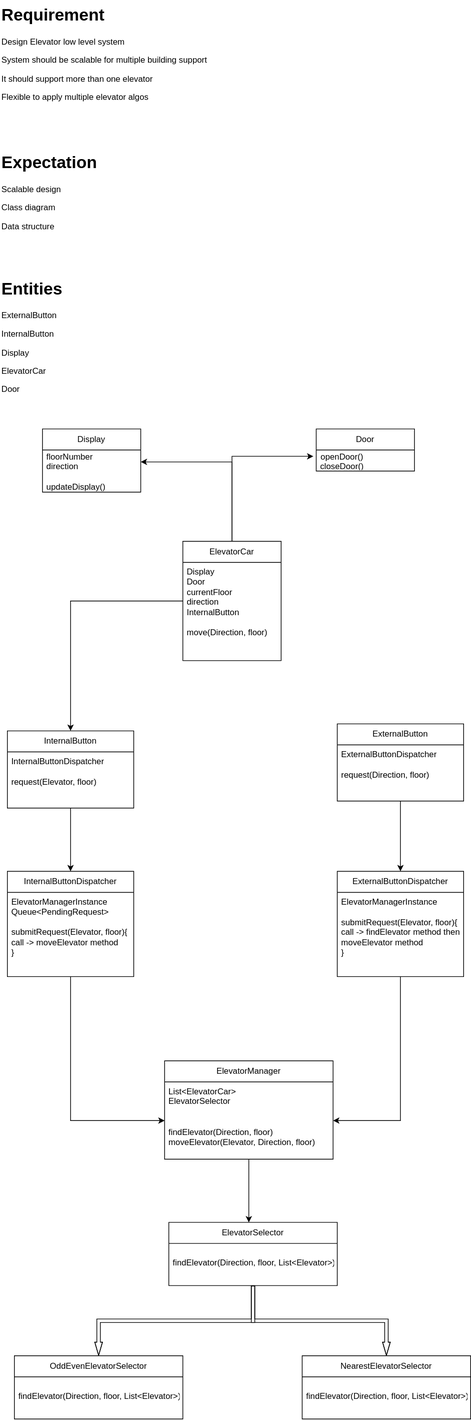
m0v006c/LLD keeps this draw.io diagram as Elevator LLD.drawio.svg. Above is the earlier version. Source tidied: cells renumbered, new cells last; positions are measured from the earlier drawing's top-left corner, leaving out a move shared by most shapes.
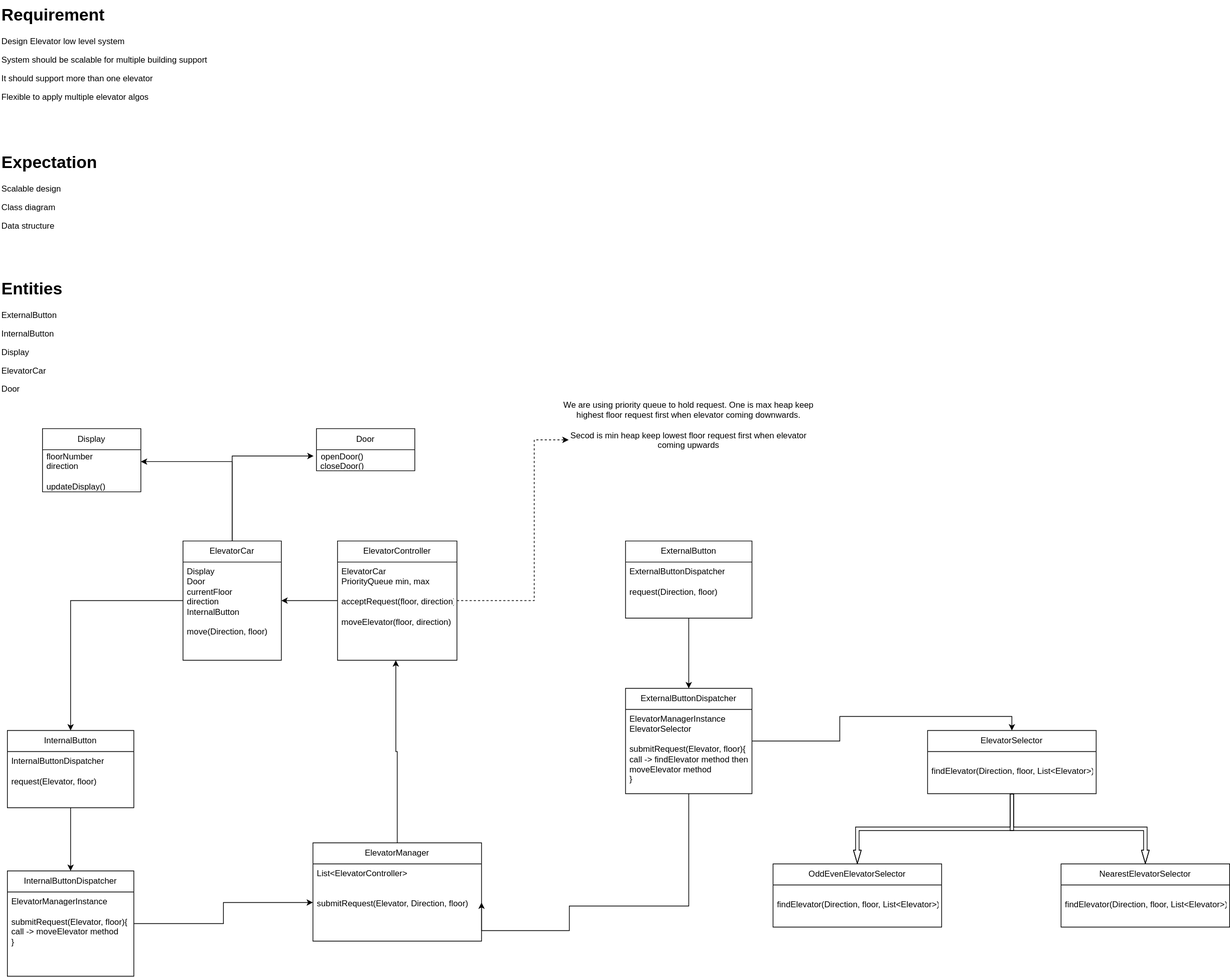
The same diagram one commit later.

Diff of the diagram source:
```diff
@@ -26,6 +26,9 @@
     <mxCell id="9" style="edgeStyle=orthogonalEdgeStyle;rounded=0;jettySize=auto;html=1;" parent="1" edge="1" source="10" target="15">
       <mxGeometry relative="1" as="geometry" />
     </mxCell>
+    <mxCell id="37" style="edgeStyle=orthogonalEdgeStyle;rounded=0;jettySize=auto;html=1;startArrow=classic;startFill=1;endArrow=none;endFill=0;" parent="1" edge="1" source="10" target="39">
+      <mxGeometry relative="1" as="geometry" />
+    </mxCell>
     <mxCell id="10" value="ElevatorCar" style="swimlane;fontStyle=0;horizontal=1;startSize=30;whiteSpace=wrap;html=1;" parent="1" vertex="1">
       <mxGeometry x="260" y="770" width="140" height="170" as="geometry" />
     </mxCell>
@@ -51,41 +54,33 @@
       <mxGeometry relative="1" as="geometry" />
     </mxCell>
     <mxCell id="18" value="ExternalButton" style="swimlane;fontStyle=0;horizontal=1;startSize=30;whiteSpace=wrap;html=1;" parent="1" vertex="1">
-      <mxGeometry x="480" y="1030" width="180" height="110" as="geometry" />
+      <mxGeometry x="890" y="770" width="180" height="110" as="geometry" />
     </mxCell>
     <mxCell id="19" value="&lt;div style=&quot;text-align: justify;&quot;&gt;&lt;span style=&quot;text-wrap: nowrap;&quot;&gt;ExternalButtonDispatcher&lt;/span&gt;&lt;/div&gt;&lt;div style=&quot;text-align: justify;&quot;&gt;&lt;span style=&quot;background-color: initial; text-wrap: nowrap;&quot;&gt;&lt;br&gt;&lt;/span&gt;&lt;/div&gt;&lt;div style=&quot;text-align: justify;&quot;&gt;&lt;span style=&quot;background-color: initial; text-wrap: nowrap;&quot;&gt;request(Direction, floor)&lt;/span&gt;&lt;/div&gt;" style="text;strokeColor=none;fillColor=none;align=left;verticalAlign=top;spacingLeft=4;spacingRight=4;overflow=hidden;whiteSpace=wrap;html=1;horizontal=1;" parent="18" vertex="1">
       <mxGeometry y="30" width="180" height="80" as="geometry" />
     </mxCell>
     <mxCell id="20" value="ElevatorManager" style="swimlane;fontStyle=0;horizontal=1;startSize=30;whiteSpace=wrap;html=1;" parent="1" vertex="1">
-      <mxGeometry x="234" y="1510" width="240" height="140" as="geometry" />
+      <mxGeometry x="445" y="1200" width="240" height="140" as="geometry" />
     </mxCell>
-    <mxCell id="21" value="&lt;div style=&quot;text-align: justify;&quot;&gt;&lt;span style=&quot;text-wrap: nowrap;&quot;&gt;List&amp;lt;ElevatorCar&amp;gt;&lt;/span&gt;&lt;/div&gt;&lt;div style=&quot;text-align: justify;&quot;&gt;&lt;span style=&quot;text-wrap: nowrap;&quot;&gt;ElevatorSelector&lt;/span&gt;&lt;/div&gt;&lt;div style=&quot;text-align: justify;&quot;&gt;&lt;span style=&quot;text-wrap: nowrap;&quot;&gt;&lt;br&gt;&lt;/span&gt;&lt;/div&gt;&lt;div style=&quot;text-align: justify;&quot;&gt;&lt;span style=&quot;background-color: initial; text-wrap: nowrap;&quot;&gt;&lt;br&gt;&lt;/span&gt;&lt;/div&gt;&lt;div style=&quot;text-align: justify;&quot;&gt;&lt;span style=&quot;background-color: initial; text-wrap: nowrap;&quot;&gt;findElevator(Direction, floor)&lt;/span&gt;&lt;/div&gt;&lt;div style=&quot;text-align: justify;&quot;&gt;&lt;span style=&quot;background-color: initial; text-wrap: nowrap;&quot;&gt;moveElevator(Elevator, Direction, floor)&lt;/span&gt;&lt;/div&gt;" style="text;strokeColor=none;fillColor=none;align=left;verticalAlign=top;spacingLeft=4;spacingRight=4;overflow=hidden;points=[[0,0.5],[1,0.5]];portConstraint=eastwest;whiteSpace=wrap;html=1;horizontal=1;" parent="20" vertex="1">
+    <mxCell id="21" value="&lt;div style=&quot;text-align: justify;&quot;&gt;&lt;span style=&quot;text-wrap: nowrap;&quot;&gt;List&amp;lt;ElevatorController&amp;gt;&lt;/span&gt;&lt;/div&gt;&lt;div style=&quot;text-align: justify;&quot;&gt;&lt;span style=&quot;text-wrap: nowrap;&quot;&gt;&lt;br&gt;&lt;/span&gt;&lt;/div&gt;&lt;div style=&quot;text-align: justify;&quot;&gt;&lt;span style=&quot;background-color: initial; text-wrap: nowrap;&quot;&gt;&lt;br&gt;&lt;/span&gt;&lt;/div&gt;&lt;div style=&quot;text-align: justify;&quot;&gt;&lt;span style=&quot;background-color: initial; text-wrap: nowrap;&quot;&gt;submitRequest(Elevator, Direction, floor)&lt;/span&gt;&lt;br&gt;&lt;/div&gt;" style="text;strokeColor=none;fillColor=none;align=left;verticalAlign=top;spacingLeft=4;spacingRight=4;overflow=hidden;points=[[0,0.5],[1,0.5]];portConstraint=eastwest;whiteSpace=wrap;html=1;horizontal=1;" parent="20" vertex="1">
       <mxGeometry y="30" width="240" height="110" as="geometry" />
     </mxCell>
     <mxCell id="22" style="edgeStyle=orthogonalEdgeStyle;rounded=0;jettySize=auto;html=1;entryX=0;entryY=0.5;entryDx=0;entryDy=0;" parent="1" edge="1" source="23" target="21">
-      <mxGeometry relative="1" as="geometry">
-        <Array as="points">
-          <mxPoint x="100" y="1595" />
-        </Array>
-      </mxGeometry>
+      <mxGeometry relative="1" as="geometry" />
     </mxCell>
     <mxCell id="23" value="&lt;span style=&quot;text-align: justify; text-wrap: nowrap;&quot;&gt;InternalButtonDispatcher&lt;/span&gt;" style="swimlane;fontStyle=0;horizontal=1;startSize=30;whiteSpace=wrap;html=1;" parent="1" vertex="1">
       <mxGeometry x="10" y="1240" width="180" height="150" as="geometry" />
     </mxCell>
-    <mxCell id="24" value="&lt;div style=&quot;text-align: justify;&quot;&gt;&lt;span style=&quot;text-align: center;&quot;&gt;ElevatorManagerInstance&lt;/span&gt;&lt;br&gt;&lt;/div&gt;&lt;div style=&quot;text-align: justify;&quot;&gt;&lt;span style=&quot;text-align: center;&quot;&gt;Queue&amp;lt;PendingRequest&amp;gt;&lt;/span&gt;&lt;/div&gt;&lt;div style=&quot;text-align: justify;&quot;&gt;&lt;span style=&quot;background-color: initial; text-wrap: nowrap;&quot;&gt;&lt;br&gt;&lt;/span&gt;&lt;/div&gt;&lt;div style=&quot;text-align: justify;&quot;&gt;&lt;span style=&quot;background-color: initial; text-wrap: nowrap;&quot;&gt;submitRequest(Elevator, floor){&lt;/span&gt;&lt;/div&gt;&lt;div style=&quot;text-align: justify;&quot;&gt;&lt;span style=&quot;text-wrap: nowrap;&quot;&gt;call -&amp;gt; moveElevator method&lt;/span&gt;&lt;span style=&quot;background-color: initial; text-wrap: nowrap;&quot;&gt;&lt;br&gt;&lt;/span&gt;&lt;/div&gt;&lt;div style=&quot;text-align: justify;&quot;&gt;&lt;span style=&quot;background-color: initial; text-wrap: nowrap;&quot;&gt;}&lt;/span&gt;&lt;/div&gt;" style="text;strokeColor=none;fillColor=none;align=left;verticalAlign=top;spacingLeft=4;spacingRight=4;overflow=hidden;whiteSpace=wrap;html=1;horizontal=1;" parent="23" vertex="1">
+    <mxCell id="24" value="&lt;div style=&quot;text-align: justify;&quot;&gt;&lt;span style=&quot;text-align: center;&quot;&gt;ElevatorManagerInstance&lt;/span&gt;&lt;/div&gt;&lt;div style=&quot;text-align: justify;&quot;&gt;&lt;span style=&quot;background-color: initial; text-wrap: nowrap;&quot;&gt;&lt;br&gt;&lt;/span&gt;&lt;/div&gt;&lt;div style=&quot;text-align: justify;&quot;&gt;&lt;span style=&quot;background-color: initial; text-wrap: nowrap;&quot;&gt;submitRequest(Elevator, floor){&lt;/span&gt;&lt;/div&gt;&lt;div style=&quot;text-align: justify;&quot;&gt;&lt;span style=&quot;text-wrap: nowrap;&quot;&gt;call -&amp;gt; moveElevator method&lt;/span&gt;&lt;span style=&quot;background-color: initial; text-wrap: nowrap;&quot;&gt;&lt;br&gt;&lt;/span&gt;&lt;/div&gt;&lt;div style=&quot;text-align: justify;&quot;&gt;&lt;span style=&quot;background-color: initial; text-wrap: nowrap;&quot;&gt;}&lt;/span&gt;&lt;/div&gt;" style="text;strokeColor=none;fillColor=none;align=left;verticalAlign=top;spacingLeft=4;spacingRight=4;overflow=hidden;whiteSpace=wrap;html=1;horizontal=1;" parent="23" vertex="1">
       <mxGeometry y="30" width="180" height="120" as="geometry" />
     </mxCell>
-    <mxCell id="25" style="edgeStyle=orthogonalEdgeStyle;rounded=0;jettySize=auto;html=1;entryX=1;entryY=0.5;entryDx=0;entryDy=0;" parent="1" edge="1" source="26" target="21">
-      <mxGeometry relative="1" as="geometry">
-        <Array as="points">
-          <mxPoint x="570" y="1595" />
-        </Array>
-      </mxGeometry>
-    </mxCell>
+    <mxCell id="38" style="edgeStyle=orthogonalEdgeStyle;rounded=0;jettySize=auto;html=1;entryX=0.5;entryY=0;entryDx=0;entryDy=0;" parent="1" edge="1" source="26" target="30">
+      <mxGeometry relative="1" as="geometry" />
+    </mxCell>
     <mxCell id="26" value="&lt;span style=&quot;text-align: justify; text-wrap: nowrap;&quot;&gt;ExternalButtonDispatcher&lt;/span&gt;" style="swimlane;fontStyle=0;horizontal=1;startSize=30;whiteSpace=wrap;html=1;" parent="1" vertex="1">
-      <mxGeometry x="480" y="1240" width="180" height="150" as="geometry" />
+      <mxGeometry x="890" y="980" width="180" height="150" as="geometry" />
     </mxCell>
-    <mxCell id="27" value="&lt;div style=&quot;text-align: justify;&quot;&gt;&lt;span style=&quot;text-align: center;&quot;&gt;ElevatorManagerInstance&lt;/span&gt;&lt;/div&gt;&lt;div style=&quot;text-align: justify;&quot;&gt;&lt;span style=&quot;background-color: initial; text-wrap: nowrap;&quot;&gt;&lt;br&gt;&lt;/span&gt;&lt;/div&gt;&lt;div style=&quot;text-align: justify;&quot;&gt;&lt;span style=&quot;background-color: initial; text-wrap: nowrap;&quot;&gt;submitRequest(Elevator, floor){&lt;/span&gt;&lt;/div&gt;&lt;div style=&quot;text-align: justify;&quot;&gt;&lt;span style=&quot;background-color: initial; text-wrap: nowrap;&quot;&gt;call -&amp;gt; findElevator method then&lt;/span&gt;&lt;/div&gt;&lt;div style=&quot;text-align: justify;&quot;&gt;&lt;span style=&quot;text-wrap: nowrap; background-color: initial;&quot;&gt;moveElevator method&lt;/span&gt;&lt;/div&gt;&lt;div style=&quot;text-align: justify;&quot;&gt;&lt;span style=&quot;background-color: initial; text-wrap: nowrap;&quot;&gt;}&lt;/span&gt;&lt;/div&gt;" style="text;strokeColor=none;fillColor=none;align=left;verticalAlign=top;spacingLeft=4;spacingRight=4;overflow=hidden;whiteSpace=wrap;html=1;horizontal=1;" parent="26" vertex="1">
+    <mxCell id="27" value="&lt;div style=&quot;text-align: justify;&quot;&gt;&lt;span style=&quot;text-align: center;&quot;&gt;ElevatorManagerInstance&lt;/span&gt;&lt;/div&gt;&lt;div style=&quot;text-align: justify;&quot;&gt;&lt;span style=&quot;text-align: center;&quot;&gt;ElevatorSelector&lt;/span&gt;&lt;/div&gt;&lt;div style=&quot;text-align: justify;&quot;&gt;&lt;span style=&quot;background-color: initial; text-wrap: nowrap;&quot;&gt;&lt;br&gt;&lt;/span&gt;&lt;/div&gt;&lt;div style=&quot;text-align: justify;&quot;&gt;&lt;span style=&quot;background-color: initial; text-wrap: nowrap;&quot;&gt;submitRequest(Elevator, floor){&lt;/span&gt;&lt;/div&gt;&lt;div style=&quot;text-align: justify;&quot;&gt;&lt;span style=&quot;background-color: initial; text-wrap: nowrap;&quot;&gt;call -&amp;gt; findElevator method then&lt;/span&gt;&lt;/div&gt;&lt;div style=&quot;text-align: justify;&quot;&gt;&lt;span style=&quot;text-wrap: nowrap; background-color: initial;&quot;&gt;moveElevator method&lt;/span&gt;&lt;/div&gt;&lt;div style=&quot;text-align: justify;&quot;&gt;&lt;span style=&quot;background-color: initial; text-wrap: nowrap;&quot;&gt;}&lt;/span&gt;&lt;/div&gt;" style="text;strokeColor=none;fillColor=none;align=left;verticalAlign=top;spacingLeft=4;spacingRight=4;overflow=hidden;whiteSpace=wrap;html=1;horizontal=1;" parent="26" vertex="1">
       <mxGeometry y="30" width="180" height="120" as="geometry" />
     </mxCell>
     <mxCell id="28" style="edgeStyle=orthogonalEdgeStyle;rounded=0;jettySize=auto;html=1;shape=flexArrow;strokeWidth=1;endSize=6;endArrow=block;width=5;startWidth=5;endWidth=5;" parent="1" edge="1" source="30" target="33">
@@ -95,25 +90,51 @@
       <mxGeometry relative="1" as="geometry" />
     </mxCell>
     <mxCell id="30" value="ElevatorSelector" style="swimlane;fontStyle=0;horizontal=1;startSize=30;whiteSpace=wrap;html=1;" parent="1" vertex="1">
-      <mxGeometry x="240" y="1740" width="240" height="90" as="geometry" />
+      <mxGeometry x="1320" y="1040" width="240" height="90" as="geometry" />
     </mxCell>
     <mxCell id="31" value="&lt;div style=&quot;text-align: justify;&quot;&gt;&lt;br&gt;&lt;/div&gt;&lt;div style=&quot;text-align: justify;&quot;&gt;&lt;span style=&quot;background-color: initial; text-wrap: nowrap;&quot;&gt;findElevator(Direction, floor, List&amp;lt;Elevator&amp;gt;)&lt;/span&gt;&lt;br&gt;&lt;/div&gt;" style="text;strokeColor=none;fillColor=none;align=left;verticalAlign=top;spacingLeft=4;spacingRight=4;overflow=hidden;whiteSpace=wrap;html=1;horizontal=1;" parent="30" vertex="1">
       <mxGeometry y="30" width="240" height="60" as="geometry" />
     </mxCell>
-    <mxCell id="32" style="edgeStyle=orthogonalEdgeStyle;rounded=0;jettySize=auto;html=1;entryX=0.475;entryY=0;entryDx=0;entryDy=0;entryPerimeter=0;" parent="1" edge="1" source="20" target="30">
-      <mxGeometry relative="1" as="geometry" />
-    </mxCell>
     <mxCell id="33" value="OddEvenElevatorSelector" style="swimlane;fontStyle=0;horizontal=1;startSize=30;whiteSpace=wrap;html=1;" parent="1" vertex="1">
-      <mxGeometry x="20" y="1930" width="240" height="90" as="geometry" />
+      <mxGeometry x="1100" y="1230" width="240" height="90" as="geometry" />
     </mxCell>
     <mxCell id="34" value="&lt;div style=&quot;text-align: justify;&quot;&gt;&lt;br&gt;&lt;/div&gt;&lt;div style=&quot;text-align: justify;&quot;&gt;&lt;span style=&quot;background-color: initial; text-wrap: nowrap;&quot;&gt;findElevator(Direction, floor, List&amp;lt;Elevator&amp;gt;)&lt;/span&gt;&lt;br&gt;&lt;/div&gt;" style="text;strokeColor=none;fillColor=none;align=left;verticalAlign=top;spacingLeft=4;spacingRight=4;overflow=hidden;whiteSpace=wrap;html=1;horizontal=1;" parent="33" vertex="1">
       <mxGeometry y="30" width="240" height="60" as="geometry" />
     </mxCell>
     <mxCell id="35" value="NearestElevatorSelector" style="swimlane;fontStyle=0;horizontal=1;startSize=30;whiteSpace=wrap;html=1;" parent="1" vertex="1">
-      <mxGeometry x="430" y="1930" width="240" height="90" as="geometry" />
+      <mxGeometry x="1510" y="1230" width="240" height="90" as="geometry" />
     </mxCell>
     <mxCell id="36" value="&lt;div style=&quot;text-align: justify;&quot;&gt;&lt;br&gt;&lt;/div&gt;&lt;div style=&quot;text-align: justify;&quot;&gt;&lt;span style=&quot;background-color: initial; text-wrap: nowrap;&quot;&gt;findElevator(Direction, floor, List&amp;lt;Elevator&amp;gt;)&lt;/span&gt;&lt;br&gt;&lt;/div&gt;" style="text;strokeColor=none;fillColor=none;align=left;verticalAlign=top;spacingLeft=4;spacingRight=4;overflow=hidden;whiteSpace=wrap;html=1;horizontal=1;" parent="35" vertex="1">
       <mxGeometry y="30" width="240" height="60" as="geometry" />
     </mxCell>
+    <mxCell id="39" value="ElevatorController" style="swimlane;fontStyle=0;horizontal=1;startSize=30;whiteSpace=wrap;html=1;" parent="1" vertex="1">
+      <mxGeometry x="480" y="770" width="170" height="170" as="geometry" />
+    </mxCell>
+    <mxCell id="40" value="&lt;div style=&quot;text-align: justify;&quot;&gt;&lt;span style=&quot;text-wrap: nowrap;&quot;&gt;ElevatorCar&lt;/span&gt;&lt;/div&gt;&lt;div style=&quot;text-align: justify;&quot;&gt;&lt;span style=&quot;text-wrap: nowrap;&quot;&gt;PriorityQueue min, max&lt;/span&gt;&lt;/div&gt;&lt;div style=&quot;text-align: justify;&quot;&gt;&lt;span style=&quot;text-wrap: nowrap;&quot;&gt;&lt;br&gt;&lt;/span&gt;&lt;/div&gt;&lt;div style=&quot;text-align: justify;&quot;&gt;&lt;span style=&quot;background-color: initial; text-wrap: nowrap;&quot;&gt;acceptRequest(floor, direction)&lt;/span&gt;&lt;/div&gt;&lt;div style=&quot;text-align: justify;&quot;&gt;&lt;span style=&quot;background-color: initial; text-wrap: nowrap;&quot;&gt;&lt;br&gt;&lt;/span&gt;&lt;/div&gt;&lt;div style=&quot;text-align: justify;&quot;&gt;&lt;span style=&quot;background-color: initial; text-wrap: nowrap;&quot;&gt;moveElevator(floor, direction)&lt;/span&gt;&lt;/div&gt;" style="text;strokeColor=none;fillColor=none;align=left;verticalAlign=top;spacingLeft=4;spacingRight=4;overflow=hidden;points=[[0,0.5],[1,0.5]];portConstraint=eastwest;whiteSpace=wrap;html=1;horizontal=1;" parent="39" vertex="1">
+      <mxGeometry y="30" width="170" height="140" as="geometry" />
+    </mxCell>
+    <mxCell id="25" style="edgeStyle=orthogonalEdgeStyle;rounded=0;jettySize=auto;html=1;entryX=1;entryY=0.5;entryDx=0;entryDy=0;" parent="1" edge="1" source="26" target="21">
+      <mxGeometry relative="1" as="geometry">
+        <Array as="points">
+          <mxPoint x="980" y="1290" />
+          <mxPoint x="810" y="1290" />
+          <mxPoint x="810" y="1325" />
+        </Array>
+      </mxGeometry>
+    </mxCell>
+    <mxCell id="41" style="edgeStyle=orthogonalEdgeStyle;rounded=0;jettySize=auto;html=1;entryX=0.488;entryY=1;entryDx=0;entryDy=0;entryPerimeter=0;" parent="1" edge="1" source="20" target="40">
+      <mxGeometry relative="1" as="geometry" />
+    </mxCell>
+    <mxCell id="42" value="We are using priority queue to hold request. One is max heap keep highest floor request first when elevator coming downwards.&lt;div&gt;&lt;br&gt;&lt;/div&gt;&lt;div&gt;Secod is min heap keep lowest floor request first when elevator coming upwards&lt;br&gt;&lt;/div&gt;" style="text;html=1;align=center;verticalAlign=middle;whiteSpace=wrap;rounded=0;" parent="1" vertex="1">
+      <mxGeometry x="790" y="590" width="380" height="30" as="geometry" />
+    </mxCell>
+    <mxCell id="43" style="edgeStyle=orthogonalEdgeStyle;rounded=0;jettySize=auto;html=1;entryX=0.05;entryY=1.2;entryDx=0;entryDy=0;entryPerimeter=0;dashed=1;" parent="1" edge="1" source="39" target="42">
+      <mxGeometry relative="1" as="geometry">
+        <Array as="points">
+          <mxPoint x="760" y="855" />
+          <mxPoint x="760" y="626" />
+        </Array>
+      </mxGeometry>
+    </mxCell>
   </root>
 </mxGraphModel>
```
